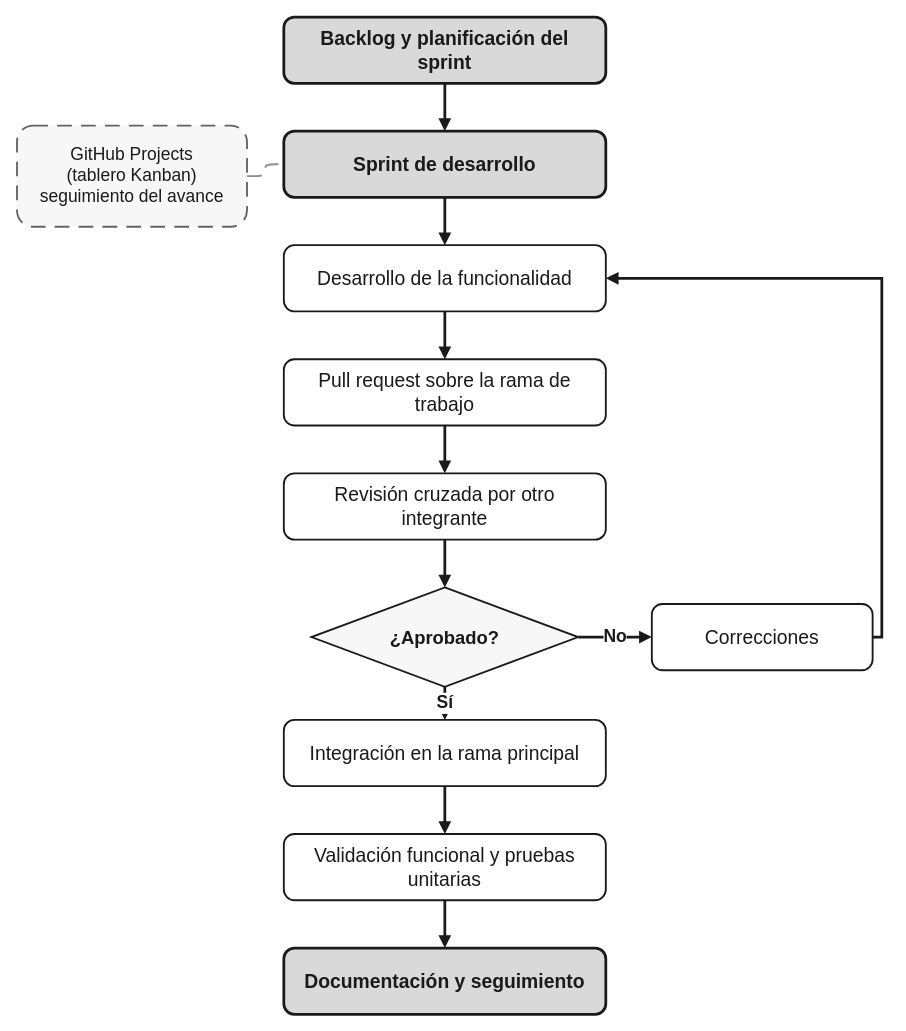
The draw.io diagram Docs/Figuras/Figura_10_Flujo_desarrollo.drawio in tfm-missi-2026/orquestacion, before the edit. Source tidied: cells renumbered, new cells numbered last; positions are measured from the earlier drawing's top-left corner, leaving out a move shared by most shapes. Both pictures are drawn from the tidied source at 92%, with x=0, y=0 at pixel (17, 17).
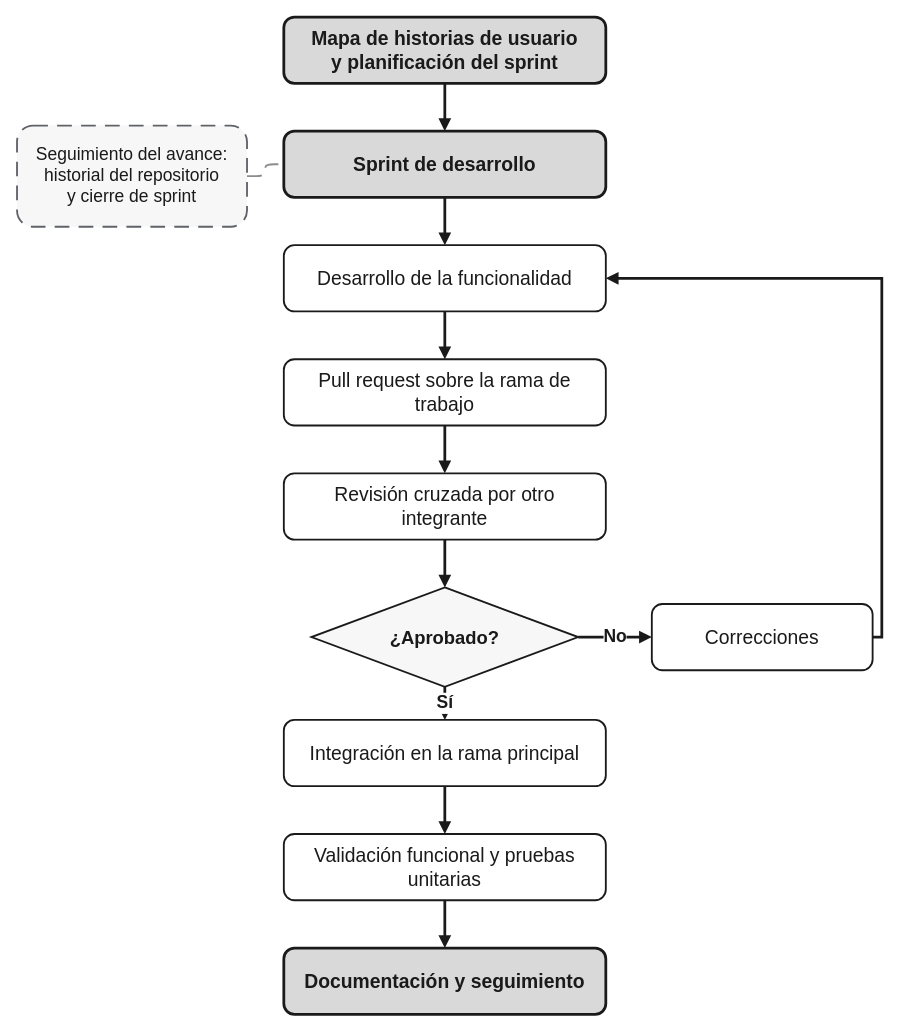
Above is the later version.

Change to the diagram source:
```diff
@@
-    <mxCell id="2" value="Backlog y planificación del sprint" style="rounded=1;arcSize=16;html=1;whiteSpace=wrap;fillColor=#D9D9D9;strokeColor=#1A1A1A;strokeWidth=3;align=center;verticalAlign=middle;spacingLeft=10;spacingRight=10;fontFamily=Helvetica;fontSize=21;fontColor=#1A1A1A;fontStyle=1;" parent="1" vertex="1">
+    <mxCell id="2" value="Mapa de historias de usuario&lt;br&gt;y planificación del sprint" style="rounded=1;arcSize=16;html=1;whiteSpace=wrap;fillColor=#D9D9D9;strokeColor=#1A1A1A;strokeWidth=3;align=center;verticalAlign=middle;spacingLeft=10;spacingRight=10;fontFamily=Helvetica;fontSize=21;fontColor=#1A1A1A;fontStyle=1;" parent="1" vertex="1">
       <mxGeometry x="290" width="350" height="72" as="geometry" />
     </mxCell>
@@
-    <mxCell id="12" value="GitHub Projects&lt;br&gt;(tablero Kanban)&lt;br&gt;seguimiento del avance" style="rounded=1;arcSize=16;html=1;whiteSpace=wrap;fillColor=#F7F7F7;strokeColor=#5F6368;strokeWidth=2;dashed=1;dashPattern=8 5;align=center;verticalAlign=middle;spacingLeft=8;spacingRight=8;fontFamily=Helvetica;fontSize=19;fontColor=#1A1A1A;" parent="1" vertex="1">
+    <mxCell id="12" value="Seguimiento del avance:&lt;br&gt;historial del repositorio&lt;br&gt;y cierre de sprint" style="rounded=1;arcSize=16;html=1;whiteSpace=wrap;fillColor=#F7F7F7;strokeColor=#5F6368;strokeWidth=2;dashed=1;dashPattern=8 5;align=center;verticalAlign=middle;spacingLeft=8;spacingRight=8;fontFamily=Helvetica;fontSize=19;fontColor=#1A1A1A;" parent="1" vertex="1">
       <mxGeometry y="118" width="250" height="110" as="geometry" />
     </mxCell>
```
